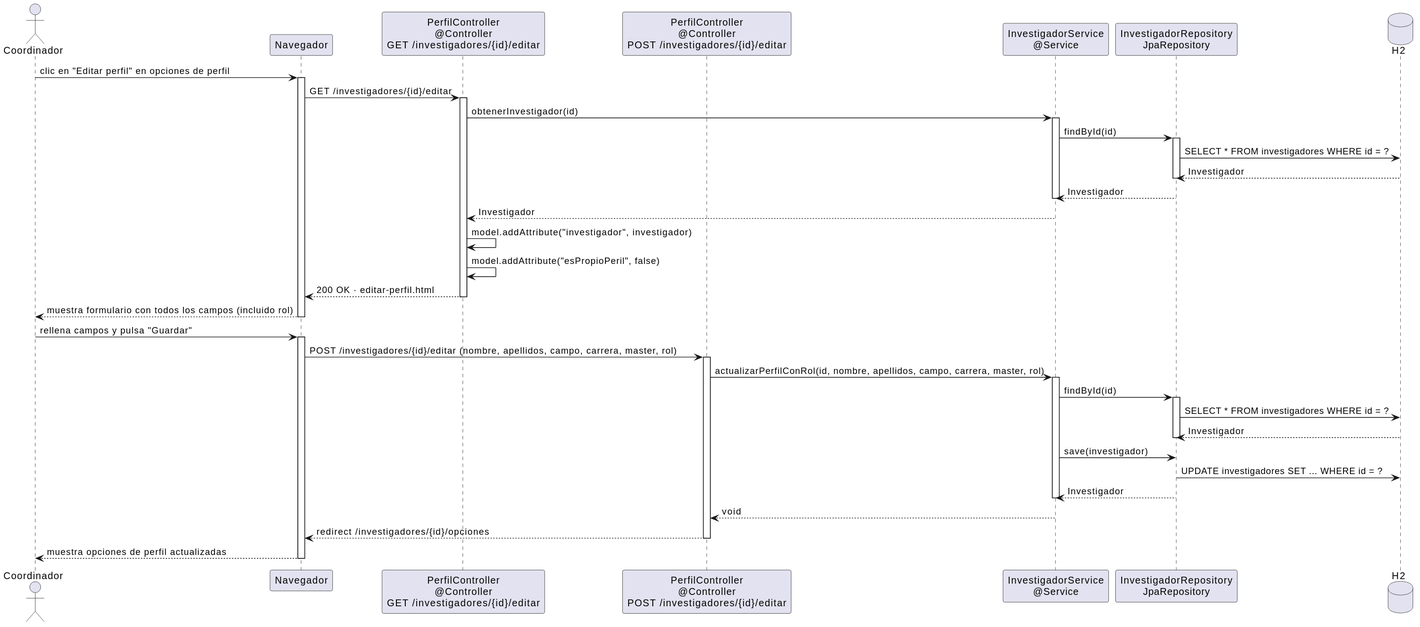
The PlantUML diagram images/diseño/coordinador/editarPerfil-coordinador-diseño.svg in 31Diego/25-26-idsw2-sdVC, before a commit. Its diagram source:
```plantuml
@startuml
skinparam linetype ortho

actor "Coordinador" as Coord
participant "Navegador" as Nav
participant "PerfilController\n@Controller\nGET /investigadores/{id}/editar" as CtrlGet
participant "PerfilController\n@Controller\nPOST /investigadores/{id}/editar" as CtrlPost
participant "InvestigadorService\n@Service" as Service
participant "InvestigadorRepository\nJpaRepository" as Repo
database "H2" as DB

Coord -> Nav : clic en "Editar perfil" en opciones de perfil
activate Nav
Nav -> CtrlGet : GET /investigadores/{id}/editar
activate CtrlGet
CtrlGet -> Service : obtenerInvestigador(id)
activate Service
Service -> Repo : findById(id)
activate Repo
Repo -> DB : SELECT * FROM investigadores WHERE id = ?
DB --> Repo : Investigador
deactivate Repo
Repo --> Service : Investigador
deactivate Service
Service --> CtrlGet : Investigador
CtrlGet -> CtrlGet : model.addAttribute("investigador", investigador)
CtrlGet -> CtrlGet : model.addAttribute("esPropioPeril", false)
CtrlGet --> Nav : 200 OK · editar-perfil.html
deactivate CtrlGet
Nav --> Coord : muestra formulario con todos los campos (incluido rol)
deactivate Nav

Coord -> Nav : rellena campos y pulsa "Guardar"
activate Nav
Nav -> CtrlPost : POST /investigadores/{id}/editar (nombre, apellidos, campo, carrera, master, rol)
activate CtrlPost
CtrlPost -> Service : actualizarPerfilConRol(id, nombre, apellidos, campo, carrera, master, rol)
activate Service
Service -> Repo : findById(id)
activate Repo
Repo -> DB : SELECT * FROM investigadores WHERE id = ?
DB --> Repo : Investigador
deactivate Repo
Service -> Repo : save(investigador)
Repo -> DB : UPDATE investigadores SET ... WHERE id = ?
Repo --> Service : Investigador
deactivate Service
Service --> CtrlPost : void
CtrlPost --> Nav : redirect /investigadores/{id}/opciones
deactivate CtrlPost
Nav --> Coord : muestra opciones de perfil actualizadas
deactivate Nav
@enduml
```
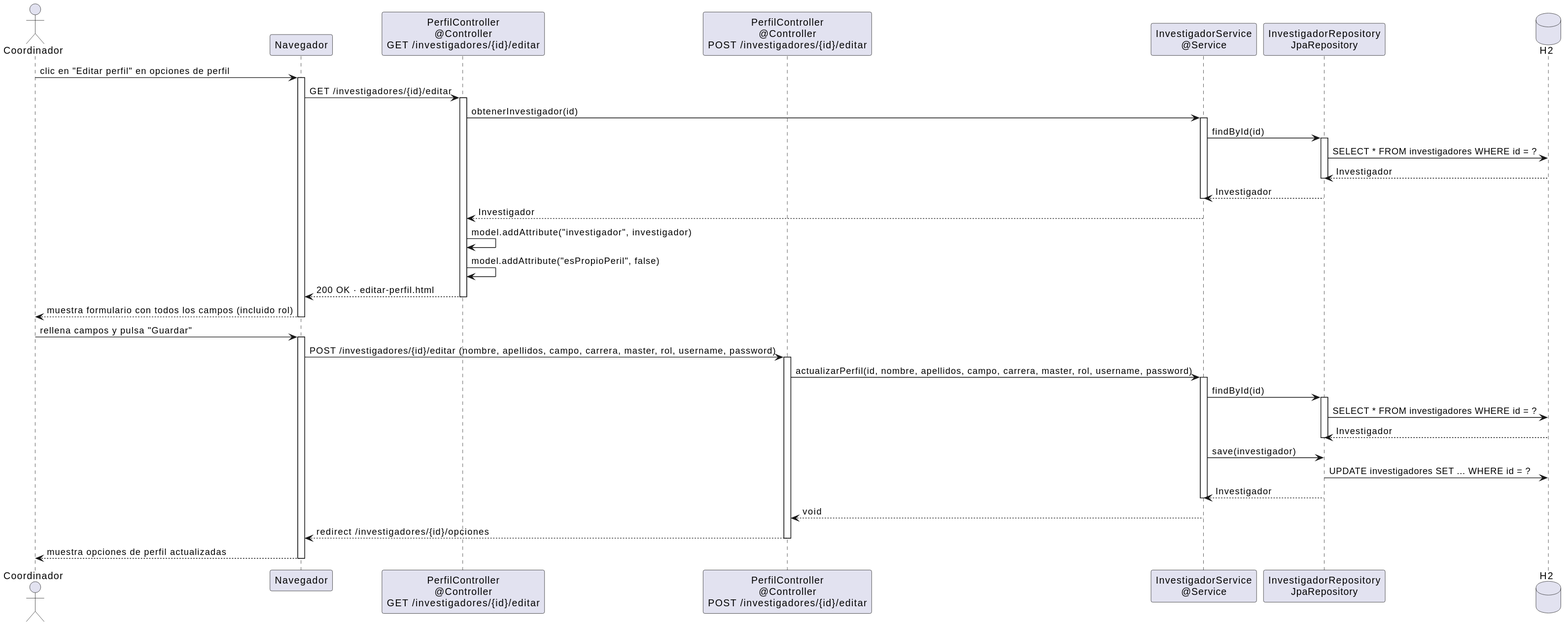
The same file after the commit.

Change to the diagram source:
```diff
@@ -32,9 +32,9 @@
 
 Coord -> Nav : rellena campos y pulsa "Guardar"
 activate Nav
-Nav -> CtrlPost : POST /investigadores/{id}/editar (nombre, apellidos, campo, carrera, master, rol)
+Nav -> CtrlPost : POST /investigadores/{id}/editar (nombre, apellidos, campo, carrera, master, rol, username, password)
 activate CtrlPost
-CtrlPost -> Service : actualizarPerfilConRol(id, nombre, apellidos, campo, carrera, master, rol)
+CtrlPost -> Service : actualizarPerfil(id, nombre, apellidos, campo, carrera, master, rol, username, password)
 activate Service
 Service -> Repo : findById(id)
 activate Repo
```
